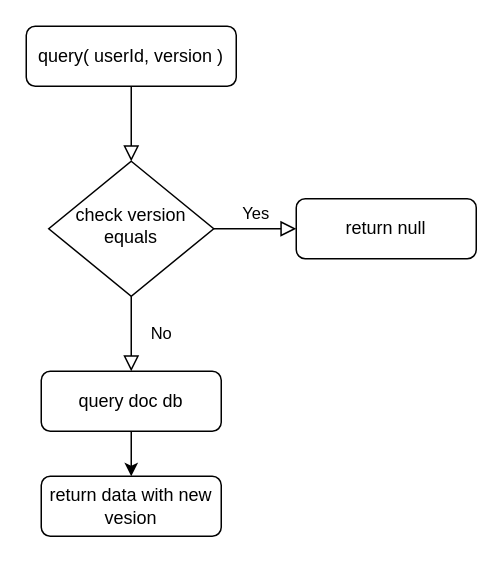
Before: 未命名绘图.drawio in Hia-Hia/A-note, a draw.io diagram. Source tidied: cells renumbered, new cells numbered last; positions are measured from the earlier drawing's top-left corner, leaving out a move shared by most shapes. Both pictures are drawn from the tidied source at 150%, with x=0, y=0 at pixel (26, 26).
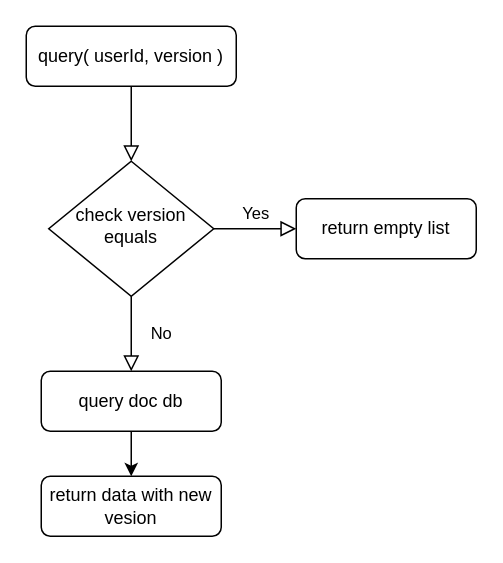
The same diagram, later.

Commit message (it also covers changes not shown here):
更新未命名绘图.drawio

The edit, as a diff of the source:
```diff
@@
 <mxGraphModel>
   <root>
     <mxCell id="0" />
     <mxCell id="1" parent="0" />
     <mxCell id="2" style="rounded=0;html=1;jettySize=auto;fontSize=11;endArrow=block;endFill=0;endSize=8;strokeWidth=1;shadow=0;labelBackgroundColor=none;edgeStyle=orthogonalEdgeStyle;" parent="1" edge="1" source="3" target="6">
       <mxGeometry relative="1" as="geometry" />
     </mxCell>
     <mxCell id="3" value="query( userId, version )" style="rounded=1;whiteSpace=wrap;html=1;fontSize=12;glass=0;strokeWidth=1;shadow=0;" parent="1" vertex="1">
       <mxGeometry width="140" height="40" as="geometry" />
     </mxCell>
     <mxCell id="4" value="No" style="rounded=0;html=1;jettySize=auto;fontSize=11;endArrow=block;endFill=0;endSize=8;strokeWidth=1;shadow=0;labelBackgroundColor=none;edgeStyle=orthogonalEdgeStyle;entryX=0.5;entryY=0;entryDx=0;entryDy=0;" parent="1" edge="1" source="6" target="9">
       <mxGeometry y="20" relative="1" as="geometry" />
     </mxCell>
     <mxCell id="5" value="Yes" style="edgeStyle=orthogonalEdgeStyle;rounded=0;html=1;jettySize=auto;fontSize=11;endArrow=block;endFill=0;endSize=8;strokeWidth=1;shadow=0;labelBackgroundColor=none;" parent="1" edge="1" source="6" target="7">
       <mxGeometry y="10" relative="1" as="geometry" />
     </mxCell>
     <mxCell id="6" value="check version equals" style="rhombus;whiteSpace=wrap;html=1;shadow=0;fontFamily=Helvetica;fontSize=12;align=center;strokeWidth=1;spacing=6;spacingTop=-4;" parent="1" vertex="1">
       <mxGeometry x="15" y="90" width="110" height="90" as="geometry" />
     </mxCell>
-    <mxCell id="7" value="return null" style="rounded=1;whiteSpace=wrap;html=1;fontSize=12;glass=0;strokeWidth=1;shadow=0;" parent="1" vertex="1">
+    <mxCell id="7" value="return empty list" style="rounded=1;whiteSpace=wrap;html=1;fontSize=12;glass=0;strokeWidth=1;shadow=0;" parent="1" vertex="1">
       <mxGeometry x="180" y="115" width="120" height="40" as="geometry" />
     </mxCell>
     <mxCell id="8" style="edgeStyle=orthogonalEdgeStyle;rounded=0;jettySize=auto;html=1;" parent="1" edge="1" source="9" target="10">
       <mxGeometry relative="1" as="geometry" />
     </mxCell>
     <mxCell id="9" value="query doc db" style="rounded=1;whiteSpace=wrap;html=1;fontSize=12;glass=0;strokeWidth=1;shadow=0;" parent="1" vertex="1">
       <mxGeometry x="10" y="230" width="120" height="40" as="geometry" />
     </mxCell>
     <mxCell id="10" value="return data with new vesion" style="rounded=1;whiteSpace=wrap;html=1;fontSize=12;glass=0;strokeWidth=1;shadow=0;" parent="1" vertex="1">
       <mxGeometry x="10" y="300" width="120" height="40" as="geometry" />
     </mxCell>
   </root>
 </mxGraphModel>
```
